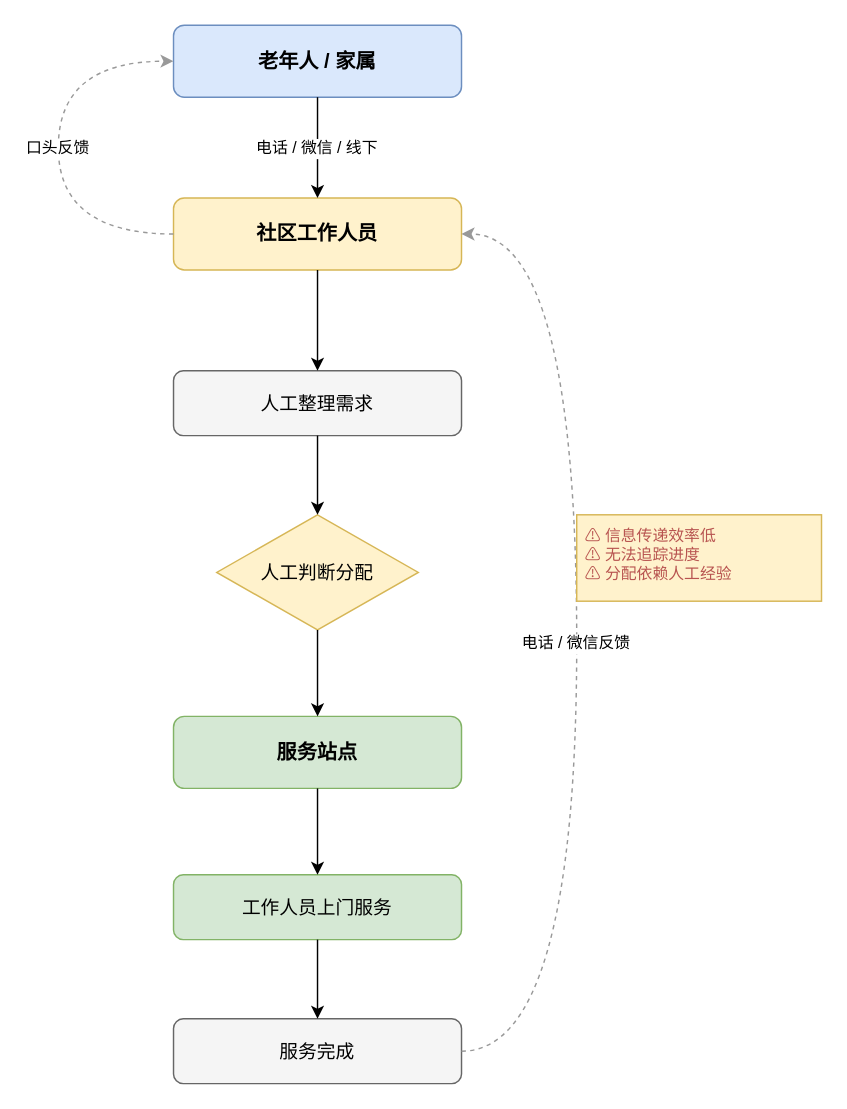
Above: paper/附件/diagrams/fig3-1-old-flow.drawio in julesChu12/scare (draw.io), before the change. Source tidied: cells renumbered, new cells numbered last; positions are measured from the earlier drawing's top-left corner, leaving out a move shared by most shapes. Both pictures are drawn from the tidied source at 144%, with x=0, y=0 at pixel (58, 24).
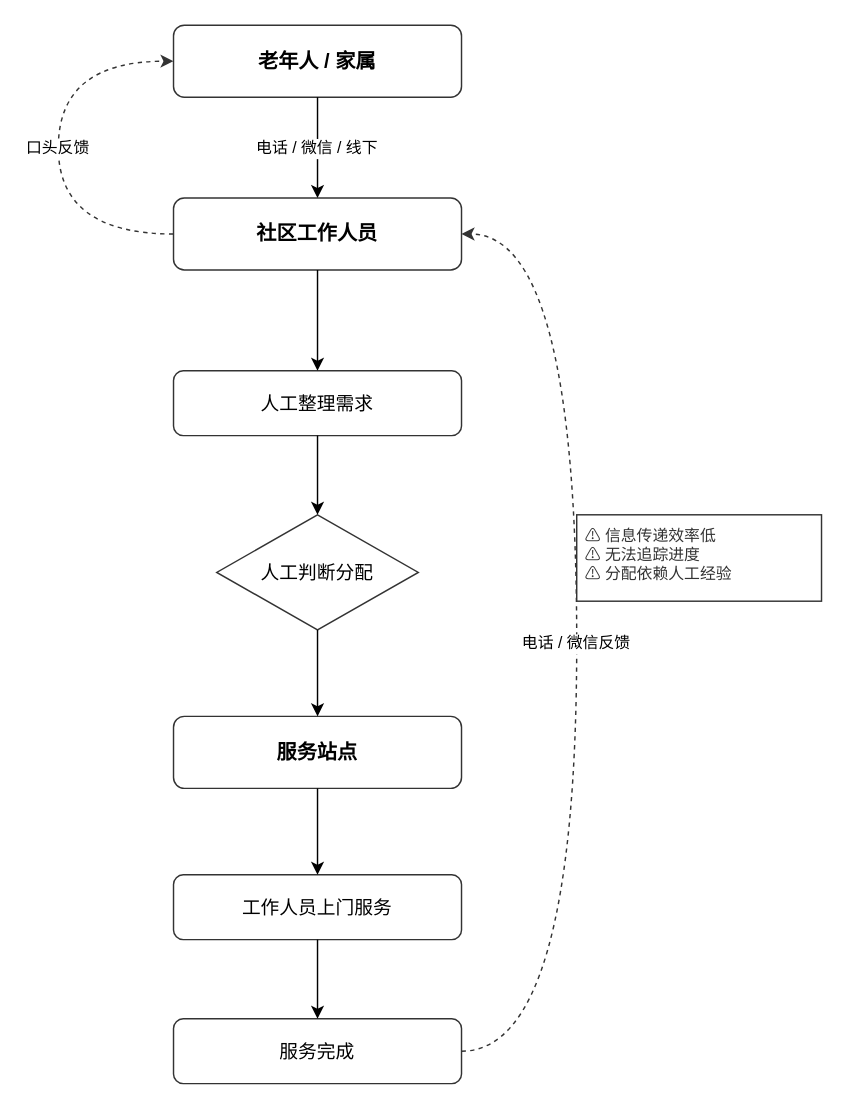
After the change.

Change to the diagram source:
```diff
@@
-    <mxCell id="2" value="老年人 / 家属" style="rounded=1;whiteSpace=wrap;html=1;fillColor=#dae8fc;strokeColor=#6c8ebf;fontSize=14;fontStyle=1;" parent="1" vertex="1">
+    <mxCell id="2" value="老年人 / 家属" style="rounded=1;whiteSpace=wrap;html=1;fillColor=#ffffff;strokeColor=#333333;fontSize=14;fontStyle=1;" parent="1" vertex="1">
       <mxGeometry x="80" width="200" height="50" as="geometry" />
     </mxCell>
-    <mxCell id="3" value="社区工作人员" style="rounded=1;whiteSpace=wrap;html=1;fillColor=#fff2cc;strokeColor=#d6b656;fontSize=14;fontStyle=1;" parent="1" vertex="1">
+    <mxCell id="3" value="社区工作人员" style="rounded=1;whiteSpace=wrap;html=1;fillColor=#ffffff;strokeColor=#333333;fontSize=14;fontStyle=1;" parent="1" vertex="1">
       <mxGeometry x="80" y="120" width="200" height="50" as="geometry" />
     </mxCell>
@@
-    <mxCell id="5" value="人工整理需求" style="rounded=1;whiteSpace=wrap;html=1;fillColor=#f5f5f5;strokeColor=#666666;fontSize=13;" parent="1" vertex="1">
+    <mxCell id="5" value="人工整理需求" style="rounded=1;whiteSpace=wrap;html=1;fillColor=#ffffff;strokeColor=#333333;fontSize=13;" parent="1" vertex="1">
       <mxGeometry x="80" y="240" width="200" height="45" as="geometry" />
     </mxCell>
@@
-    <mxCell id="7" value="人工判断分配" style="rhombus;whiteSpace=wrap;html=1;fillColor=#fff2cc;strokeColor=#d6b656;fontSize=13;" parent="1" vertex="1">
+    <mxCell id="7" value="人工判断分配" style="rhombus;whiteSpace=wrap;html=1;fillColor=#ffffff;strokeColor=#333333;fontSize=13;" parent="1" vertex="1">
       <mxGeometry x="110" y="340" width="140" height="80" as="geometry" />
     </mxCell>
@@
-    <mxCell id="9" value="服务站点" style="rounded=1;whiteSpace=wrap;html=1;fillColor=#d5e8d4;strokeColor=#82b366;fontSize=14;fontStyle=1;" parent="1" vertex="1">
+    <mxCell id="9" value="服务站点" style="rounded=1;whiteSpace=wrap;html=1;fillColor=#ffffff;strokeColor=#333333;fontSize=14;fontStyle=1;" parent="1" vertex="1">
       <mxGeometry x="80" y="480" width="200" height="50" as="geometry" />
     </mxCell>
@@
-    <mxCell id="11" value="工作人员上门服务" style="rounded=1;whiteSpace=wrap;html=1;fillColor=#d5e8d4;strokeColor=#82b366;fontSize=13;" parent="1" vertex="1">
+    <mxCell id="11" value="工作人员上门服务" style="rounded=1;whiteSpace=wrap;html=1;fillColor=#ffffff;strokeColor=#333333;fontSize=13;" parent="1" vertex="1">
       <mxGeometry x="80" y="590" width="200" height="45" as="geometry" />
     </mxCell>
@@
-    <mxCell id="13" value="服务完成" style="rounded=1;whiteSpace=wrap;html=1;fillColor=#f5f5f5;strokeColor=#666666;fontSize=13;" parent="1" vertex="1">
+    <mxCell id="13" value="服务完成" style="rounded=1;whiteSpace=wrap;html=1;fillColor=#ffffff;strokeColor=#333333;fontSize=13;" parent="1" vertex="1">
       <mxGeometry x="80" y="690" width="200" height="45" as="geometry" />
     </mxCell>
@@
-    <mxCell id="15" value="电话 / 微信反馈" style="edgeStyle=orthogonalEdgeStyle;rounded=1;exitX=1;exitY=0.5;exitDx=0;exitDy=0;entryX=1;entryY=0.5;entryDx=0;entryDy=0;curved=1;dashed=1;fontSize=11;strokeColor=#999999;" parent="1" edge="1" source="13" target="3">
+    <mxCell id="15" value="电话 / 微信反馈" style="edgeStyle=orthogonalEdgeStyle;rounded=1;exitX=1;exitY=0.5;exitDx=0;exitDy=0;entryX=1;entryY=0.5;entryDx=0;entryDy=0;curved=1;dashed=1;fontSize=11;strokeColor=#333333;" parent="1" edge="1" source="13" target="3">
       <mxGeometry relative="1" as="geometry">
         <Array as="points">
           <mxPoint x="360" y="713" />
           <mxPoint x="360" y="145" />
         </Array>
       </mxGeometry>
     </mxCell>
-    <mxCell id="16" value="口头反馈" style="edgeStyle=orthogonalEdgeStyle;rounded=1;exitX=0;exitY=0.5;exitDx=0;exitDy=0;entryX=0;entryY=0.5;entryDx=0;entryDy=0;curved=1;dashed=1;fontSize=11;strokeColor=#999999;" parent="1" edge="1" source="3" target="2">
+    <mxCell id="16" value="口头反馈" style="edgeStyle=orthogonalEdgeStyle;rounded=1;exitX=0;exitY=0.5;exitDx=0;exitDy=0;entryX=0;entryY=0.5;entryDx=0;entryDy=0;curved=1;dashed=1;fontSize=11;strokeColor=#333333;" parent="1" edge="1" source="3" target="2">
       <mxGeometry relative="1" as="geometry">
         <Array as="points">
           <mxPoint y="145" />
           <mxPoint y="25" />
         </Array>
       </mxGeometry>
     </mxCell>
-    <mxCell id="17" value="⚠ 信息传递效率低&#10;⚠ 无法追踪进度&#10;⚠ 分配依赖人工经验" style="text;html=1;align=left;verticalAlign=top;whiteSpace=wrap;rounded=0;fillColor=#fff2cc;strokeColor=#d6b656;fontSize=11;fontColor=#b85450;spacingLeft=4;spacingTop=2;" parent="1" vertex="1">
+    <mxCell id="17" value="⚠ 信息传递效率低&#10;⚠ 无法追踪进度&#10;⚠ 分配依赖人工经验" style="text;html=1;align=left;verticalAlign=top;whiteSpace=wrap;rounded=0;fillColor=#ffffff;strokeColor=#333333;fontSize=11;fontColor=#333333;spacingLeft=4;spacingTop=2;" parent="1" vertex="1">
       <mxGeometry x="360" y="340" width="170" height="60" as="geometry" />
     </mxCell>
```
